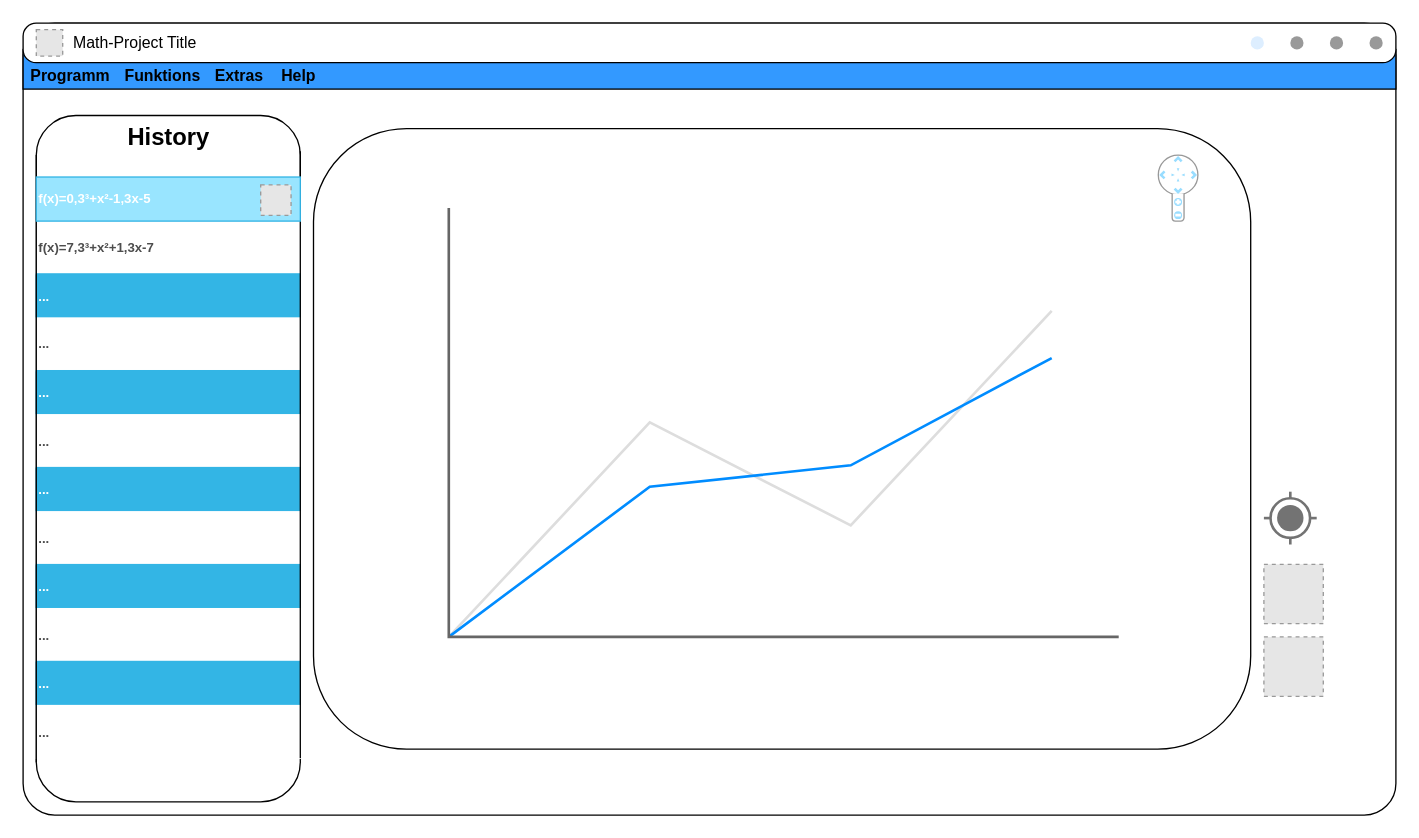
Erase01/Math-Project keeps this draw.io diagram as page "Page-2" (3 of 8) of doc/draft/Math-Project_Mockup.drawio. Above is the earlier version. Source tidied: cells renumbered, new cells numbered last; positions are measured from the earlier drawing's top-left corner, leaving out a move shared by most shapes. Both pictures are drawn from the tidied source at 132%, with x=0, y=0 at pixel (22, 22). Pictures stored in the file or linked from it are replaced by grey dashed boxes.
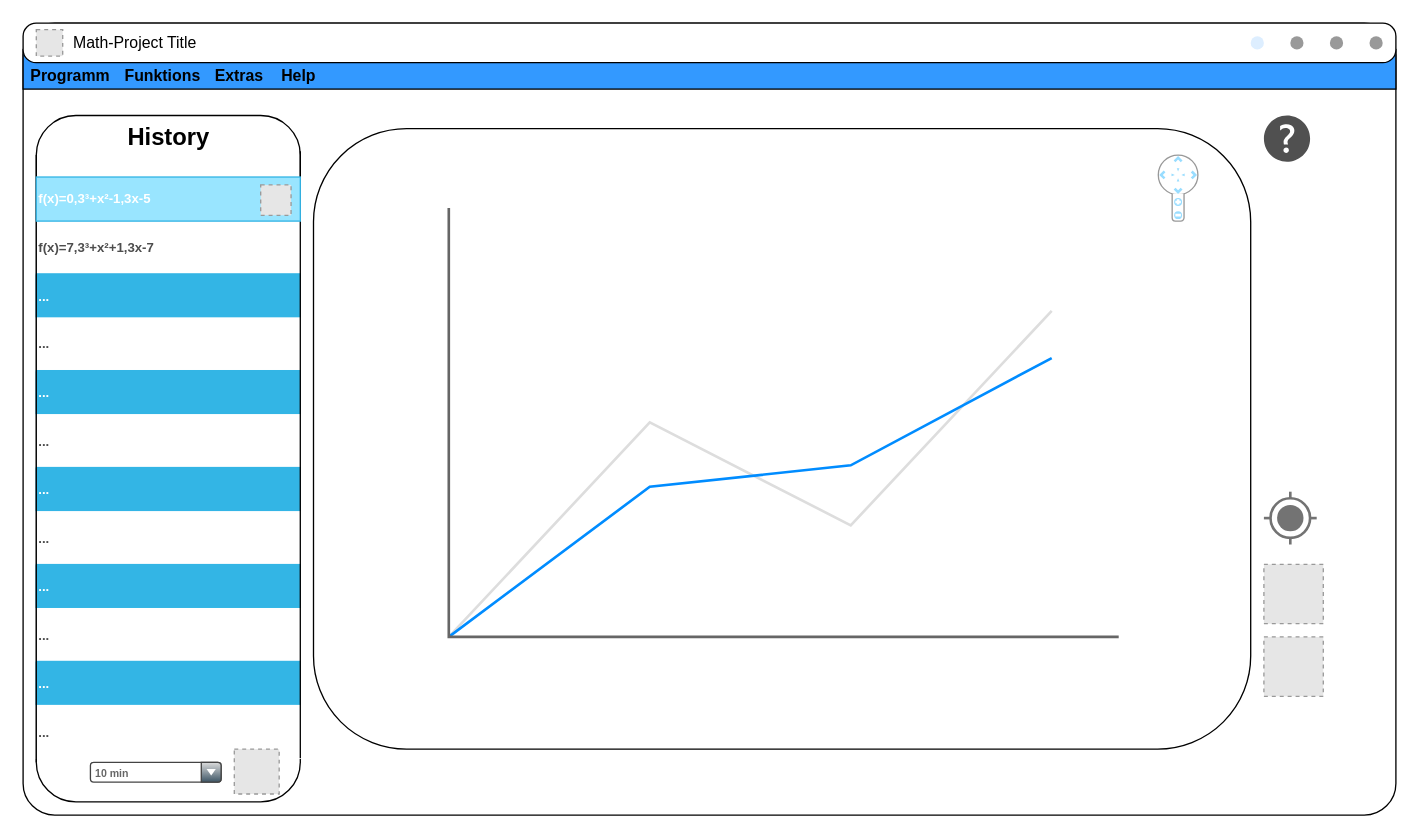
Above is the later version.

Diff of the diagram source:
```diff
@@
+    <mxCell id="35" value="&lt;p style=&quot;line-height: 120%;&quot;&gt;&lt;br&gt;&lt;/p&gt;" style="sketch=0;shadow=0;dashed=0;html=1;strokeColor=none;fillColor=#505050;labelPosition=center;verticalLabelPosition=bottom;verticalAlign=top;align=center;shape=mxgraph.office.concepts.help;" parent="1" vertex="1">
+      <mxGeometry x="940" y="70" width="35" height="35" as="geometry" />
+    </mxCell>
+    <mxCell id="36" style="fillColor=#E6E6E6;strokeColor=#999999;dashed=1;html=1;verticalAlign=top;verticalLabelPosition=bottom;labelBackgroundColor=#ffffff;" parent="1" vertex="1">
+      <mxGeometry x="160" y="550" width="34" height="34" as="geometry" />
+    </mxCell>
+    <mxCell id="37" value="&lt;b&gt;10 min&lt;/b&gt;" style="strokeWidth=1;html=1;shadow=0;dashed=0;shape=mxgraph.ios.iComboBox;spacingTop=2;spacingLeft=2;align=left;strokeColor=#444444;fontColor=#666666;buttonText=;fontSize=8;fillColor=#dddddd;fillColor2=#3D5565;sketch=0;whiteSpace=wrap;" parent="1" vertex="1">
+      <mxGeometry x="51" y="560" width="99" height="15" as="geometry" />
+    </mxCell>
```
